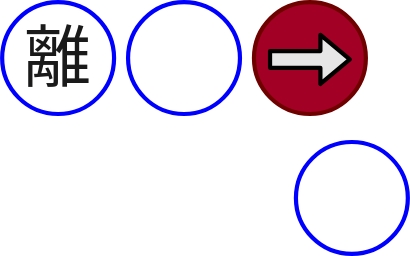
yamasdais/notebook keeps this draw.io diagram as StreetFighter6/images/m_r6_.svg. Above is the earlier version. Source tidied: cells renumbered, new cells last; positions are measured from the earlier drawing's top-left corner, leaving out a move shared by most shapes.
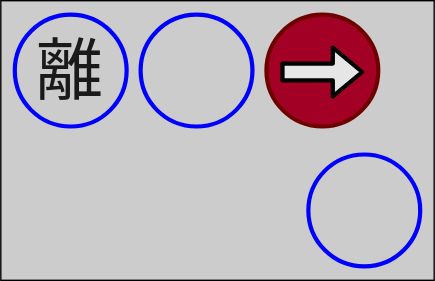
After the commit.

The edit, as a diff of the source:
```diff
@@ -2,6 +2,9 @@
   <root>
     <mxCell id="0" />
     <mxCell id="1" parent="0" />
+    <mxCell id="10" style="rounded=0;whiteSpace=wrap;html=1;fillColor=#CCCCCC;" parent="1" vertex="1">
+      <mxGeometry x="-10" y="-10" width="310" height="200" as="geometry" />
+    </mxCell>
     <mxCell id="2" style="group;rotation=-180;" parent="1" vertex="1">
       <mxGeometry x="180" width="80" height="80" as="geometry" />
     </mxCell>
```
